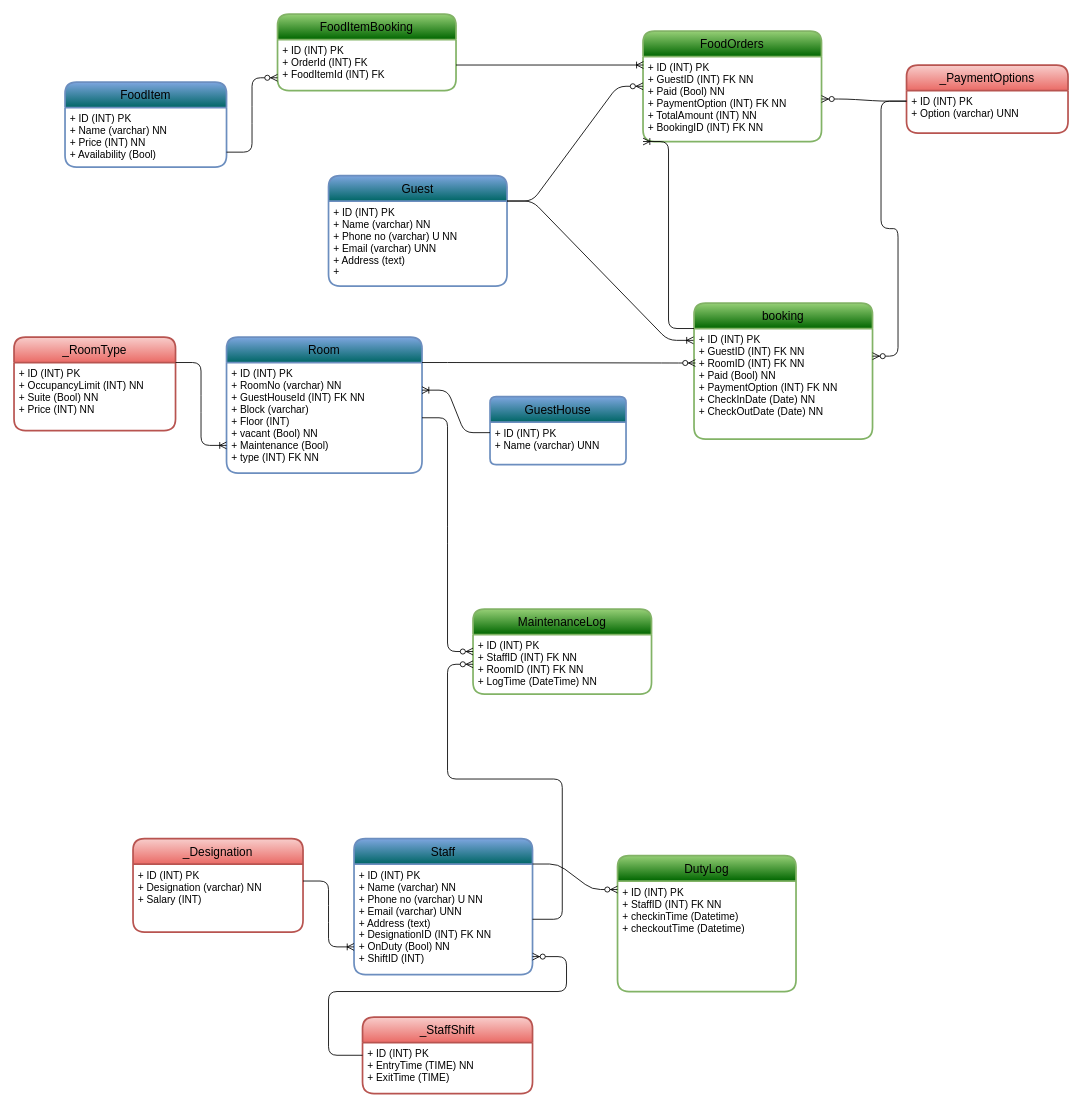
RupakBiswas-2304/dbmsminiproject keeps this draw.io diagram as page "GuestHouse Amenities" (1 of 2) of flowchat.drawio. Above is the earlier version. Source tidied: cells renumbered, new cells numbered last; positions are measured from the earlier drawing's top-left corner, leaving out a move shared by most shapes. Both pictures are drawn from the tidied source at 85%, with x=0, y=0 at pixel (14, 14).
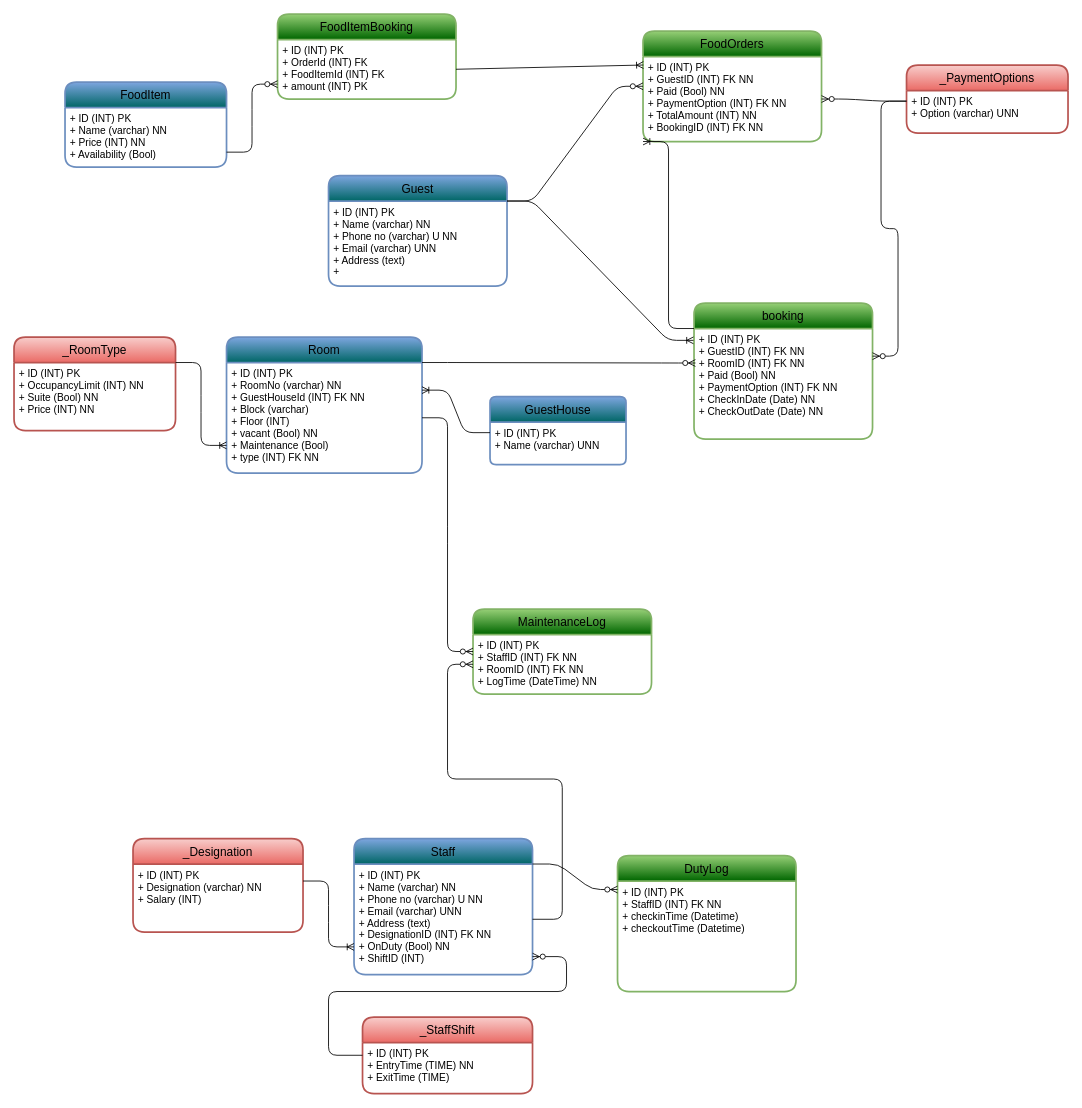
After the change.

Commit message (it also covers changes not shown here):
added bookfood procedure

What changed in the source:
```diff
@@
     <mxCell id="20" value="FoodItemBooking" style="swimlane;horizontal=1;startSize=30;rounded=1;fontSize=14;fontStyle=0;strokeWidth=2;shadow=0;dashed=0;align=center;fontFamily=JetBrains Mono;fillColor=#006600;strokeColor=#82b366;gradientColor=#97d077;gradientDirection=north;" parent="1" vertex="1">
-      <mxGeometry x="310" width="210" height="90" as="geometry" />
+      <mxGeometry x="310" width="210" height="100" as="geometry" />
     </mxCell>
-    <mxCell id="21" value="+ ID (INT) PK&#10;+ OrderId (INT) FK&#10;+ FoodItemId (INT) FK" style="align=left;strokeColor=none;fillColor=none;spacingLeft=4;fontSize=12;verticalAlign=top;fontFamily=JetBrains Mono;" parent="20" vertex="1">
-      <mxGeometry y="30" width="210" height="60" as="geometry" />
+    <mxCell id="21" value="+ ID (INT) PK&#10;+ OrderId (INT) FK&#10;+ FoodItemId (INT) FK&#10;+ amount (INT) PK " style="align=left;strokeColor=none;fillColor=none;spacingLeft=4;fontSize=12;verticalAlign=top;fontFamily=JetBrains Mono;" parent="20" vertex="1">
+      <mxGeometry y="30" width="210" height="70" as="geometry" />
     </mxCell>
```
